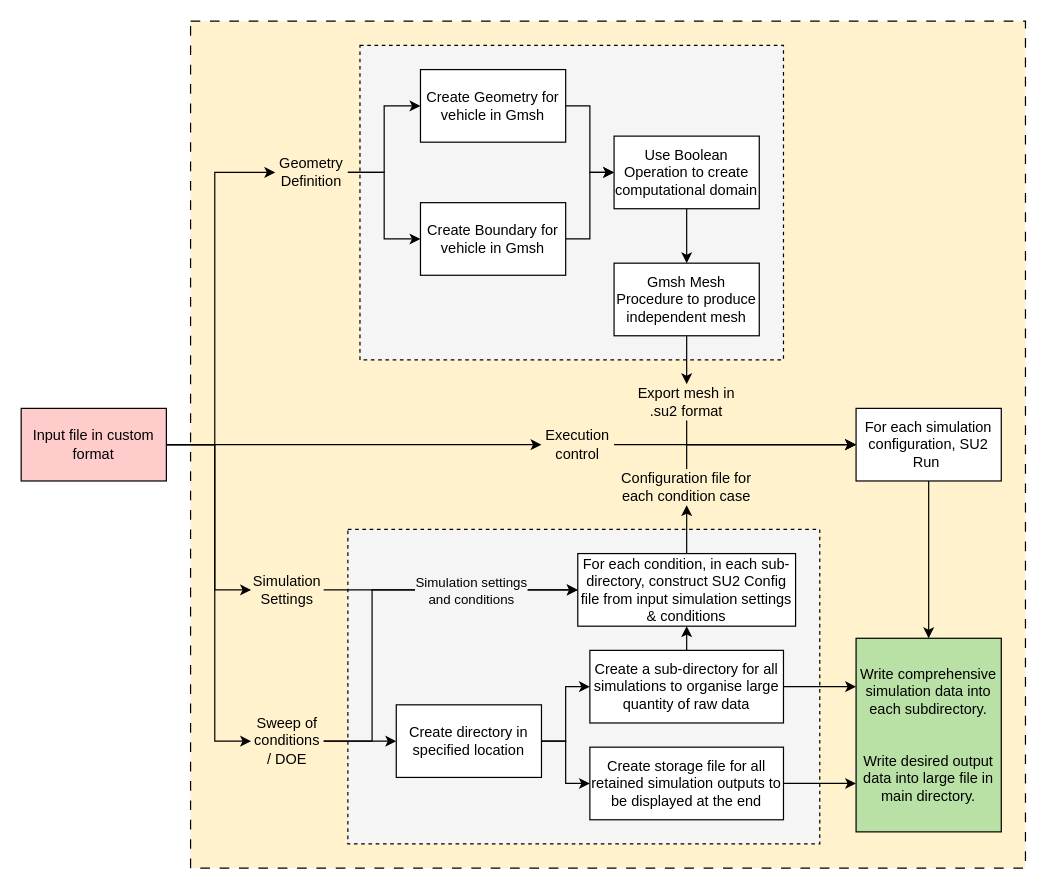
Sadcatt/cfd-workflow keeps this draw.io diagram as figures/CFD-workflow.drawio. Above is the earlier version. Source tidied: cells renumbered, new cells numbered last; positions are measured from the earlier drawing's top-left corner, leaving out a move shared by most shapes. Both pictures are drawn from the tidied source at 121%, with x=0, y=0 at pixel (21, 21).
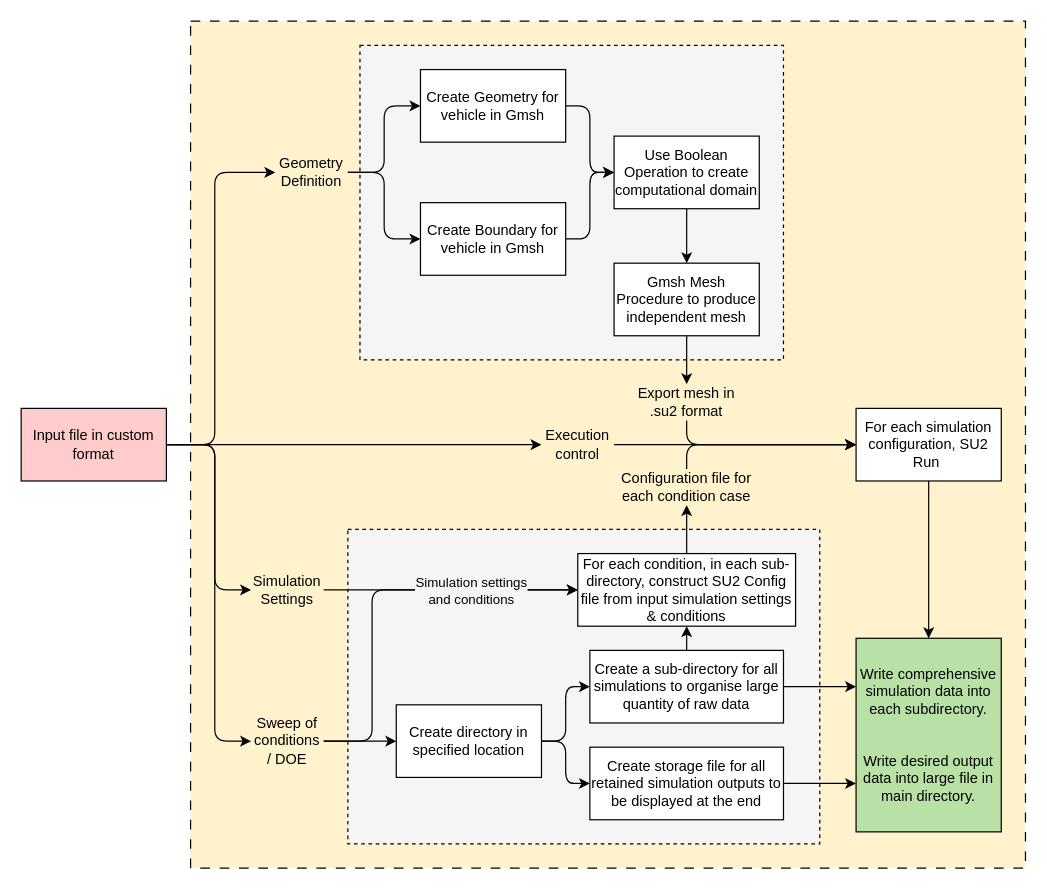
After the change.

Commit message (it also covers changes not shown here):
updated workflow diagram to be more readable

The change refers to these unchanged cells:
```xml
<mxCell id="6" value="For each simulation configuration, SU2 Run&amp;nbsp;" style="rounded=0;whiteSpace=wrap;html=1;" parent="1" vertex="1">
  <mxGeometry x="690" y="320" width="120" height="60" as="geometry" />
</mxCell>
<mxCell id="13" value="Input file in custom format" style="rounded=0;whiteSpace=wrap;html=1;fillColor=#FFCCCC;strokeColor=#000000;" parent="1" vertex="1">
  <mxGeometry y="320" width="120" height="60" as="geometry" />
</mxCell>
<mxCell id="16" value="Geometry Definition" style="text;html=1;whiteSpace=wrap;strokeColor=none;fillColor=none;align=center;verticalAlign=middle;rounded=0;" parent="1" vertex="1">
  <mxGeometry x="210" y="110" width="60" height="30" as="geometry" />
</mxCell>
<mxCell id="18" value="Simulation Settings" style="text;html=1;whiteSpace=wrap;strokeColor=none;fillColor=none;align=center;verticalAlign=middle;rounded=0;" parent="1" vertex="1">
  <mxGeometry x="190" y="455" width="60" height="30" as="geometry" />
</mxCell>
<mxCell id="22" value="Sweep of conditions / DOE" style="text;html=1;whiteSpace=wrap;strokeColor=none;fillColor=none;align=center;verticalAlign=middle;rounded=0;" parent="1" vertex="1">
  <mxGeometry x="190" y="580" width="60" height="30" as="geometry" />
</mxCell>
<mxCell id="24" value="Create Geometry for vehicle in Gmsh" style="whiteSpace=wrap;html=1;" parent="1" vertex="1">
  <mxGeometry x="330" y="40" width="120" height="60" as="geometry" />
</mxCell>
<mxCell id="26" value="Create Boundary for vehicle in Gmsh" style="whiteSpace=wrap;html=1;" parent="1" vertex="1">
  <mxGeometry x="330" y="150" width="120" height="60" as="geometry" />
</mxCell>
<mxCell id="28" value="Use Boolean Operation to create computational domain" style="whiteSpace=wrap;html=1;" parent="1" vertex="1">
  <mxGeometry x="490" y="95" width="120" height="60" as="geometry" />
</mxCell>
<mxCell id="30" value="Export mesh in .su2 format" style="text;html=1;whiteSpace=wrap;strokeColor=none;fillColor=none;align=center;verticalAlign=middle;rounded=0;" parent="1" vertex="1">
  <mxGeometry x="505" y="300" width="90" height="30" as="geometry" />
</mxCell>
<mxCell id="32" value="For each condition, in each sub-directory, construct SU2 Config file from input simulation settings &amp;amp; conditions" style="whiteSpace=wrap;html=1;" parent="1" vertex="1">
  <mxGeometry x="460" y="440" width="180" height="60" as="geometry" />
</mxCell>
<mxCell id="35" value="Create directory in specified location" style="whiteSpace=wrap;html=1;" parent="1" vertex="1">
  <mxGeometry x="310" y="565" width="120" height="60" as="geometry" />
</mxCell>
<mxCell id="38" value="&lt;br&gt;Create a sub-directory for all simulations to organise large quantity of raw data&lt;div&gt;&lt;br/&gt;&lt;/div&gt;" style="whiteSpace=wrap;html=1;" parent="1" vertex="1">
  <mxGeometry x="470" y="520" width="160" height="60" as="geometry" />
</mxCell>
<mxCell id="40" value="Create storage file for all retained simulation outputs to be displayed at the end" style="whiteSpace=wrap;html=1;" parent="1" vertex="1">
  <mxGeometry x="470" y="600" width="160" height="60" as="geometry" />
</mxCell>
<mxCell id="42" value="Configuration file for each condition case" style="text;html=1;whiteSpace=wrap;strokeColor=none;fillColor=none;align=center;verticalAlign=middle;rounded=0;" parent="1" vertex="1">
  <mxGeometry x="495" y="370" width="110" height="30" as="geometry" />
</mxCell>
```

The edit, as a diff of the source:
```diff
@@
-    <mxCell id="9" style="edgeStyle=orthogonalEdgeStyle;rounded=0;jettySize=auto;html=1;exitX=1;exitY=0.5;exitDx=0;exitDy=0;entryX=0;entryY=0.5;entryDx=0;entryDy=0;" parent="1" edge="1" source="13" target="16">
+    <mxCell id="9" style="edgeStyle=orthogonalEdgeStyle;rounded=1;jettySize=auto;html=1;exitX=1;exitY=0.5;exitDx=0;exitDy=0;entryX=0;entryY=0.5;entryDx=0;entryDy=0;curved=0;" parent="1" edge="1" source="13" target="16">
       <mxGeometry relative="1" as="geometry">
         <Array as="points">
           <mxPoint x="160" y="350" />
           <mxPoint x="160" y="125" />
         </Array>
       </mxGeometry>
     </mxCell>
-    <mxCell id="10" style="edgeStyle=orthogonalEdgeStyle;rounded=0;jettySize=auto;html=1;entryX=0;entryY=0.5;entryDx=0;entryDy=0;exitX=1;exitY=0.5;exitDx=0;exitDy=0;" parent="1" edge="1" source="13" target="18">
+    <mxCell id="10" style="edgeStyle=orthogonalEdgeStyle;rounded=1;jettySize=auto;html=1;entryX=0;entryY=0.5;entryDx=0;entryDy=0;exitX=1;exitY=0.5;exitDx=0;exitDy=0;curved=0;" parent="1" edge="1" source="13" target="18">
       <mxGeometry relative="1" as="geometry">
         <Array as="points">
           <mxPoint x="160" y="350" />
           <mxPoint x="160" y="470" />
         </Array>
       </mxGeometry>
     </mxCell>
-    <mxCell id="11" style="edgeStyle=orthogonalEdgeStyle;rounded=0;jettySize=auto;html=1;entryX=0;entryY=0.5;entryDx=0;entryDy=0;exitX=1;exitY=0.5;exitDx=0;exitDy=0;" parent="1" edge="1" source="13" target="22">
+    <mxCell id="11" style="edgeStyle=orthogonalEdgeStyle;rounded=1;jettySize=auto;html=1;entryX=0;entryY=0.5;entryDx=0;entryDy=0;exitX=1;exitY=0.5;exitDx=0;exitDy=0;curved=0;" parent="1" edge="1" source="13" target="22">
       <mxGeometry relative="1" as="geometry">
         <Array as="points">
           <mxPoint x="160" y="350" />
           <mxPoint x="160" y="595" />
         </Array>
       </mxGeometry>
     </mxCell>
@@
-    <mxCell id="14" style="edgeStyle=orthogonalEdgeStyle;rounded=0;jettySize=auto;html=1;entryX=0;entryY=0.5;entryDx=0;entryDy=0;" parent="1" edge="1" source="16" target="24">
+    <mxCell id="14" style="edgeStyle=orthogonalEdgeStyle;rounded=1;jettySize=auto;html=1;entryX=0;entryY=0.5;entryDx=0;entryDy=0;curved=0;" parent="1" edge="1" source="16" target="24">
       <mxGeometry relative="1" as="geometry" />
     </mxCell>
-    <mxCell id="15" style="edgeStyle=orthogonalEdgeStyle;rounded=0;jettySize=auto;html=1;entryX=0;entryY=0.5;entryDx=0;entryDy=0;" parent="1" edge="1" source="16" target="26">
+    <mxCell id="15" style="edgeStyle=orthogonalEdgeStyle;rounded=1;jettySize=auto;html=1;entryX=0;entryY=0.5;entryDx=0;entryDy=0;curved=0;" parent="1" edge="1" source="16" target="26">
       <mxGeometry relative="1" as="geometry" />
     </mxCell>
@@
-    <mxCell id="20" style="edgeStyle=orthogonalEdgeStyle;rounded=0;jettySize=auto;html=1;exitX=1;exitY=0.5;exitDx=0;exitDy=0;entryX=0;entryY=0.5;entryDx=0;entryDy=0;" parent="1" edge="1" source="22" target="32">
+    <mxCell id="20" style="edgeStyle=orthogonalEdgeStyle;rounded=1;jettySize=auto;html=1;exitX=1;exitY=0.5;exitDx=0;exitDy=0;entryX=0;entryY=0.5;entryDx=0;entryDy=0;curved=0;" parent="1" edge="1" source="22" target="32">
       <mxGeometry relative="1" as="geometry">
         <Array as="points">
           <mxPoint x="290" y="595" />
           <mxPoint x="290" y="470" />
         </Array>
       </mxGeometry>
     </mxCell>
@@
-    <mxCell id="23" style="edgeStyle=orthogonalEdgeStyle;rounded=0;jettySize=auto;html=1;" parent="1" edge="1" source="24" target="28">
+    <mxCell id="23" style="edgeStyle=orthogonalEdgeStyle;rounded=1;jettySize=auto;html=1;curved=0;" parent="1" edge="1" source="24" target="28">
       <mxGeometry relative="1" as="geometry" />
     </mxCell>
@@
-    <mxCell id="25" style="edgeStyle=orthogonalEdgeStyle;rounded=0;jettySize=auto;html=1;exitX=1;exitY=0.5;exitDx=0;exitDy=0;entryX=0;entryY=0.5;entryDx=0;entryDy=0;" parent="1" edge="1" source="26" target="28">
+    <mxCell id="25" style="edgeStyle=orthogonalEdgeStyle;rounded=1;jettySize=auto;html=1;exitX=1;exitY=0.5;exitDx=0;exitDy=0;entryX=0;entryY=0.5;entryDx=0;entryDy=0;curved=0;" parent="1" edge="1" source="26" target="28">
       <mxGeometry relative="1" as="geometry" />
     </mxCell>
@@
-    <mxCell id="29" style="edgeStyle=orthogonalEdgeStyle;rounded=0;jettySize=auto;html=1;exitX=0.5;exitY=1;exitDx=0;exitDy=0;entryX=0;entryY=0.5;entryDx=0;entryDy=0;" parent="1" edge="1" source="30" target="6">
+    <mxCell id="29" style="edgeStyle=orthogonalEdgeStyle;rounded=1;jettySize=auto;html=1;exitX=0.5;exitY=1;exitDx=0;exitDy=0;entryX=0;entryY=0.5;entryDx=0;entryDy=0;curved=0;" parent="1" edge="1" source="30" target="6">
       <mxGeometry relative="1" as="geometry" />
     </mxCell>
@@
-    <mxCell id="33" style="edgeStyle=orthogonalEdgeStyle;rounded=0;jettySize=auto;html=1;" parent="1" edge="1" source="35" target="38">
+    <mxCell id="33" style="edgeStyle=orthogonalEdgeStyle;rounded=1;jettySize=auto;html=1;curved=0;" parent="1" edge="1" source="35" target="38">
       <mxGeometry relative="1" as="geometry" />
     </mxCell>
-    <mxCell id="34" style="edgeStyle=orthogonalEdgeStyle;rounded=0;jettySize=auto;html=1;" parent="1" edge="1" source="35" target="40">
+    <mxCell id="34" style="edgeStyle=orthogonalEdgeStyle;rounded=1;jettySize=auto;html=1;curved=0;" parent="1" edge="1" source="35" target="40">
       <mxGeometry relative="1" as="geometry" />
     </mxCell>
@@
-    <mxCell id="41" style="edgeStyle=orthogonalEdgeStyle;rounded=0;jettySize=auto;html=1;exitX=0.5;exitY=0;exitDx=0;exitDy=0;entryX=0;entryY=0.5;entryDx=0;entryDy=0;" parent="1" edge="1" source="42" target="6">
+    <mxCell id="41" style="edgeStyle=orthogonalEdgeStyle;rounded=1;jettySize=auto;html=1;exitX=0.5;exitY=0;exitDx=0;exitDy=0;entryX=0;entryY=0.5;entryDx=0;entryDy=0;curved=0;" parent="1" edge="1" source="42" target="6">
       <mxGeometry relative="1" as="geometry" />
     </mxCell>
```
